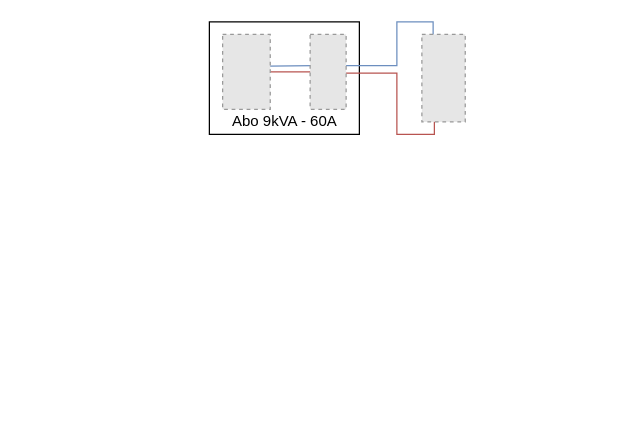
Above: Schéma electrique de la maison.drawio in tukutt/house-electricity (draw.io), before the change. Source tidied: cells renumbered, new cells numbered last; positions are measured from the earlier drawing's top-left corner, leaving out a move shared by most shapes. Both pictures are drawn from the tidied source at 125%, with x=0, y=0 at pixel (21, 21). Pictures stored in the file or linked from it are replaced by grey dashed boxes.
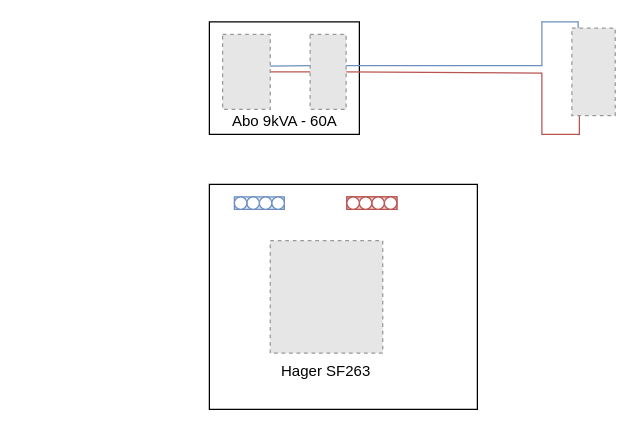
Above is the later version.

Unchanged cells that the change refers to:
```xml
<mxCell id="10" style="fillColor=#E6E6E6;strokeColor=#999999;dashed=1;verticalLabelPosition=bottom;verticalAlign=top;" parent="1" vertex="1">
  <mxGeometry x="230.6" y="10" width="28.8" height="60" as="geometry" />
</mxCell>
```

Change to the diagram source:
```diff
@@
-    <mxCell id="6" value="&amp;nbsp;" style="text;whiteSpace=wrap;html=1;" parent="1" vertex="1">
-      <mxGeometry y="110" width="40" height="40" as="geometry" />
-    </mxCell>
     <mxCell id="7" style="endArrow=none;html=1;rounded=0;fillColor=#dae8fc;strokeColor=#6c8ebf;" parent="1" edge="1">
       <mxGeometry relative="1" as="geometry">
-        <mxPoint x="254" y="35" as="sourcePoint" />
-        <mxPoint x="329" y="13" as="targetPoint" />
+        <mxPoint x="253" y="35" as="sourcePoint" />
+        <mxPoint x="445" y="13" as="targetPoint" />
         <Array as="points">
-          <mxPoint x="300" y="35" />
-          <mxPoint x="300" />
-          <mxPoint x="329" />
+          <mxPoint x="416" y="35" />
+          <mxPoint x="416" />
+          <mxPoint x="445" />
         </Array>
       </mxGeometry>
     </mxCell>
-    <mxCell id="8" style="endArrow=none;html=1;rounded=0;fillColor=#f8cecc;strokeColor=#b85450;" parent="1" edge="1">
+    <mxCell id="8" style="endArrow=none;html=1;rounded=0;fillColor=#f8cecc;strokeColor=#b85450;" parent="1" edge="1" target="10">
       <mxGeometry relative="1" as="geometry">
-        <mxPoint x="330" y="70" as="sourcePoint" />
-        <mxPoint x="254" y="41" as="targetPoint" />
+        <mxPoint x="446" y="70" as="sourcePoint" />
         <Array as="points">
-          <mxPoint x="330" y="90" />
-          <mxPoint x="300" y="90" />
-          <mxPoint x="300" y="41" />
+          <mxPoint x="446" y="90" />
+          <mxPoint x="416" y="90" />
+          <mxPoint x="416" y="41" />
         </Array>
       </mxGeometry>
     </mxCell>
     <mxCell id="9" style="fillColor=#E6E6E6;strokeColor=#999999;dashed=1;verticalLabelPosition=bottom;verticalAlign=top;" parent="1" vertex="1">
-      <mxGeometry x="320" y="10" width="34.7" height="70" as="geometry" />
+      <mxGeometry x="440" y="5" width="34.7" height="70" as="geometry" />
     </mxCell>
@@
+    <mxCell id="12" style="rounded=0;whiteSpace=wrap;html=1;" parent="1" vertex="1">
+      <mxGeometry x="150" y="130" width="214.4" height="180" as="geometry" />
+    </mxCell>
+    <mxCell id="13" style="group;" parent="1" vertex="1">
+      <mxGeometry x="170" y="140" width="40" height="10" as="geometry" />
+    </mxCell>
+    <mxCell id="14" style="rounded=0;whiteSpace=wrap;html=1;fillColor=#dae8fc;strokeColor=#6c8ebf;" parent="13" vertex="1">
+      <mxGeometry width="40" height="10" as="geometry" />
+    </mxCell>
+    <mxCell id="15" style="ellipse;whiteSpace=wrap;html=1;strokeColor=#6c8ebf;fillColor=#ffffff;" parent="13" vertex="1">
+      <mxGeometry x="20" width="10" height="10" as="geometry" />
+    </mxCell>
+    <mxCell id="16" style="ellipse;whiteSpace=wrap;html=1;fillColor=default;strokeColor=#6c8ebf;" parent="13" vertex="1">
+      <mxGeometry x="30" width="10" height="10" as="geometry" />
+    </mxCell>
+    <mxCell id="17" style="ellipse;whiteSpace=wrap;html=1;strokeColor=#6c8ebf;fillColor=#ffffff;" parent="13" vertex="1">
+      <mxGeometry x="10" width="10" height="10" as="geometry" />
+    </mxCell>
+    <mxCell id="18" style="ellipse;whiteSpace=wrap;html=1;strokeColor=#6c8ebf;fillColor=#ffffff;" parent="13" vertex="1">
+      <mxGeometry width="10" height="10" as="geometry" />
+    </mxCell>
+    <mxCell id="19" style="group;fillColor=#f8cecc;strokeColor=#b85450;" parent="1" vertex="1">
+      <mxGeometry x="260" y="140" width="40" height="10" as="geometry" />
+    </mxCell>
+    <mxCell id="20" style="rounded=0;whiteSpace=wrap;html=1;fillColor=#f8cecc;strokeColor=#b85450;" parent="19" vertex="1">
+      <mxGeometry width="40" height="10" as="geometry" />
+    </mxCell>
+    <mxCell id="21" style="ellipse;whiteSpace=wrap;html=1;strokeColor=#b85450;fillColor=#ffffff;" parent="19" vertex="1">
+      <mxGeometry x="20" width="10" height="10" as="geometry" />
+    </mxCell>
+    <mxCell id="22" style="ellipse;whiteSpace=wrap;html=1;strokeColor=#b85450;fillColor=#ffffff;" parent="19" vertex="1">
+      <mxGeometry x="30" width="10" height="10" as="geometry" />
+    </mxCell>
+    <mxCell id="23" style="ellipse;whiteSpace=wrap;html=1;strokeColor=#b85450;fillColor=#ffffff;" parent="19" vertex="1">
+      <mxGeometry x="10" width="10" height="10" as="geometry" />
+    </mxCell>
+    <mxCell id="24" style="ellipse;whiteSpace=wrap;html=1;strokeColor=#b85450;fillColor=#ffffff;" parent="19" vertex="1">
+      <mxGeometry width="10" height="10" as="geometry" />
+    </mxCell>
+    <mxCell id="25" style="group;" parent="1" vertex="1">
+      <mxGeometry x="189" y="175" width="109.4" height="120" as="geometry" />
+    </mxCell>
+    <mxCell id="26" style="fillColor=#E6E6E6;strokeColor=#999999;dashed=1;verticalLabelPosition=bottom;verticalAlign=top;" parent="25" vertex="1">
+      <mxGeometry x="9.7" width="90" height="90" as="geometry" />
+    </mxCell>
+    <mxCell id="27" value="Hager SF263" style="text;html=1;align=center;verticalAlign=middle;whiteSpace=wrap;rounded=0;" parent="25" vertex="1">
+      <mxGeometry y="90" width="109.4" height="30" as="geometry" />
+    </mxCell>
```
